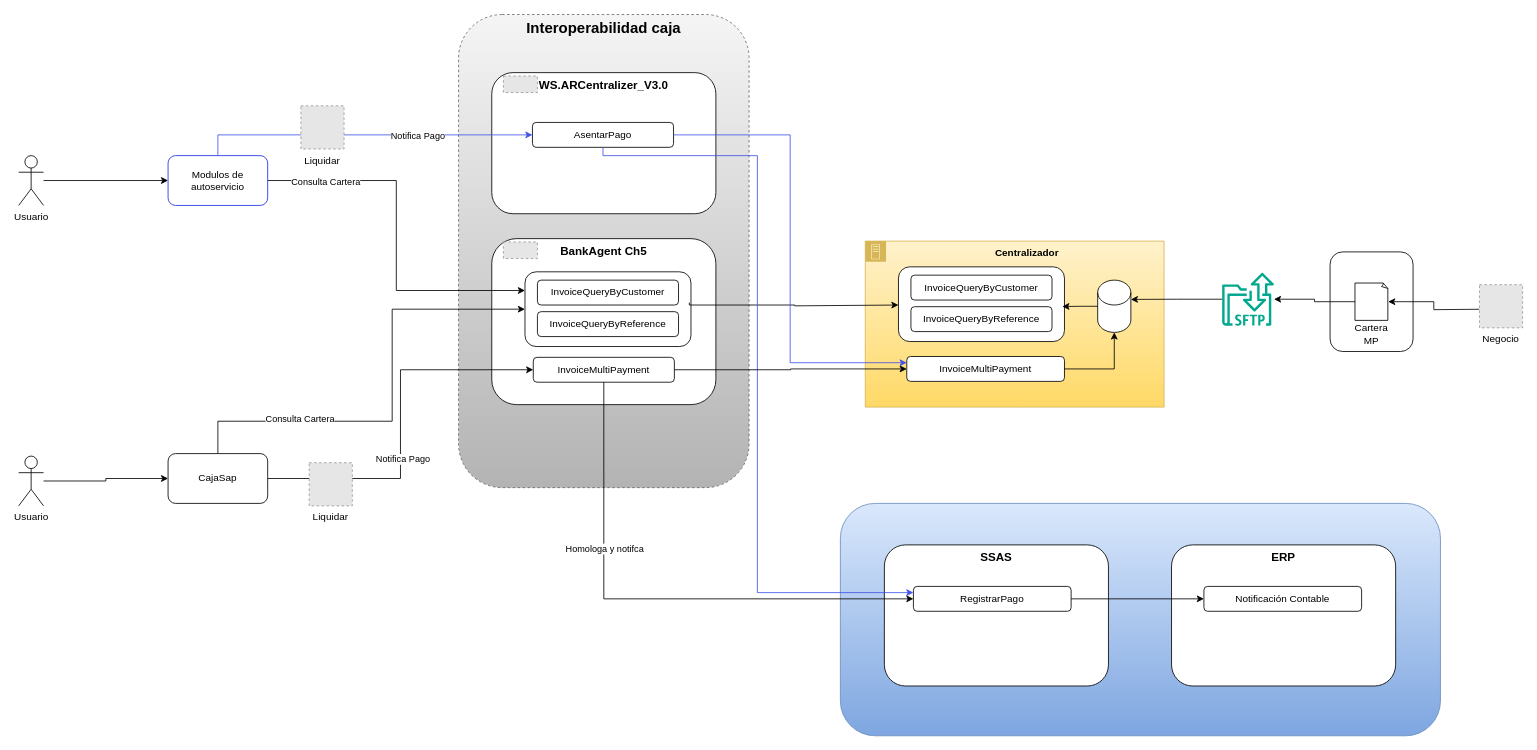
Before: page "Page-1" (1 of 2) of MedicinaPrepagada.drawio in carlosvalderrama1204/diagrams, a draw.io diagram. Source tidied: cells renumbered, new cells numbered last; positions are measured from the earlier drawing's top-left corner, leaving out a move shared by most shapes. Both pictures are drawn from the tidied source at 83%, with x=0, y=0 at pixel (18, 14). Pictures stored in the file or linked from it are replaced by grey dashed boxes.
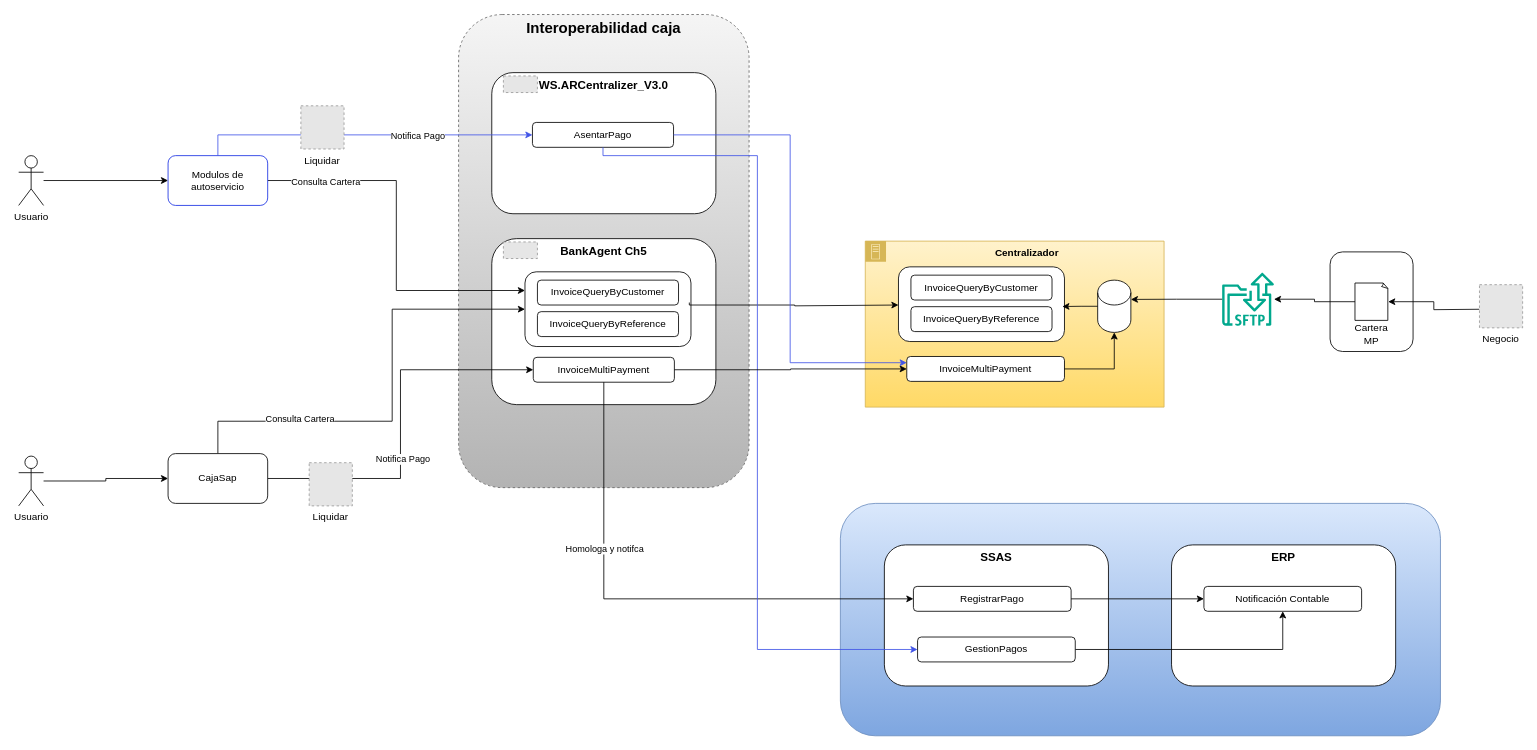
Above is the later version.

Unchanged cells that the change refers to:
```xml
<mxCell id="19" value="AsentarPago" style="rounded=1;whiteSpace=wrap;html=1;" parent="1" vertex="1">
  <mxGeometry x="619" y="130" width="170" height="30" as="geometry" />
</mxCell>
<mxCell id="37" value="RegistrarPago" style="rounded=1;whiteSpace=wrap;html=1;" parent="1" vertex="1">
  <mxGeometry x="1078" y="689" width="190" height="30" as="geometry" />
</mxCell>
<mxCell id="44" value="Notificación Contable" style="rounded=1;whiteSpace=wrap;html=1;" parent="1" vertex="1">
  <mxGeometry x="1428" y="689" width="190" height="30" as="geometry" />
</mxCell>
```

Change to the diagram source:
```diff
@@
-    <mxCell id="42" style="edgeStyle=orthogonalEdgeStyle;rounded=0;jettySize=auto;html=1;entryX=0;entryY=0.25;entryDx=0;entryDy=0;strokeColor=light-dark(#4154e7, #ededed);" parent="1" edge="1" source="19" target="37">
+    <mxCell id="42" style="edgeStyle=orthogonalEdgeStyle;rounded=0;jettySize=auto;html=1;entryX=0;entryY=0.5;entryDx=0;entryDy=0;strokeColor=light-dark(#4154e7, #ededed);" parent="1" edge="1" source="19" target="57">
       <mxGeometry relative="1" as="geometry">
         <Array as="points">
           <mxPoint x="704" y="170" />
           <mxPoint x="890" y="170" />
-          <mxPoint x="890" y="696" />
+          <mxPoint x="890" y="765" />
         </Array>
       </mxGeometry>
     </mxCell>
@@
+    <mxCell id="56" style="edgeStyle=orthogonalEdgeStyle;rounded=0;jettySize=auto;html=1;entryX=0.5;entryY=1;entryDx=0;entryDy=0;" parent="1" edge="1" source="57" target="44">
+      <mxGeometry relative="1" as="geometry" />
+    </mxCell>
+    <mxCell id="57" value="GestionPagos" style="rounded=1;whiteSpace=wrap;html=1;" parent="1" vertex="1">
+      <mxGeometry x="1083" y="750" width="190" height="30" as="geometry" />
+    </mxCell>
```
